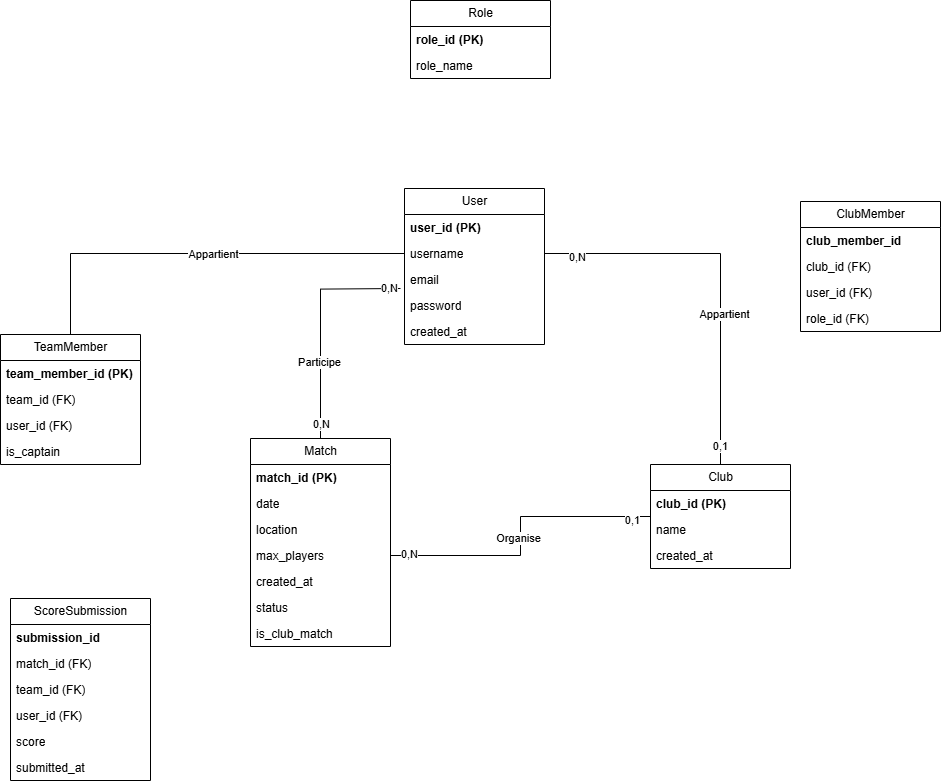
Mathistrg/Styx keeps this draw.io diagram as MCD.drawio.png. Above is the earlier version. Source tidied: cells renumbered, new cells last; positions are measured from the earlier drawing's top-left corner, leaving out a move shared by most shapes.
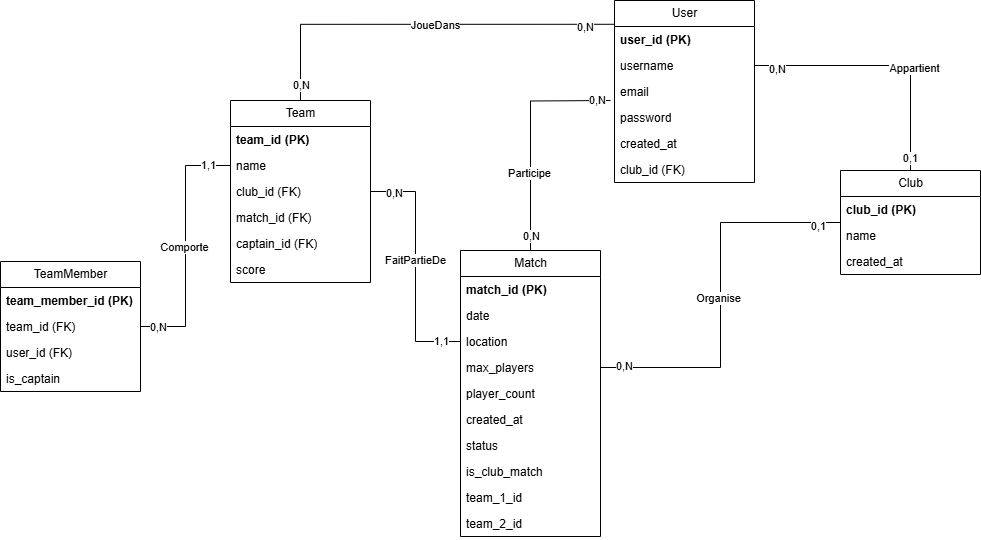
After the change.

What changed in the source:
```diff
@@ -3,7 +3,7 @@
     <mxCell id="0" />
     <mxCell id="1" parent="0" />
     <mxCell id="2" value="User" style="swimlane;fontStyle=0;horizontal=1;startSize=26;fillColor=none;html=1;" parent="1" vertex="1">
-      <mxGeometry x="404" y="188" width="140" height="156" as="geometry" />
+      <mxGeometry x="404" y="188" width="140" height="182" as="geometry" />
     </mxCell>
     <mxCell id="3" value="&lt;b&gt;user_id (PK)&lt;/b&gt;" style="text;strokeColor=none;fillColor=none;align=left;verticalAlign=top;spacingLeft=4;spacingRight=4;overflow=hidden;points=[[0,0.5],[1,0.5]];portConstraint=eastwest;whiteSpace=wrap;html=1;" parent="2" vertex="1">
       <mxGeometry y="26" width="140" height="26" as="geometry" />
@@ -20,8 +20,11 @@
     <mxCell id="7" value="created_at" style="text;strokeColor=none;fillColor=none;align=left;verticalAlign=top;spacingLeft=4;spacingRight=4;overflow=hidden;whiteSpace=wrap;html=1;" parent="2" vertex="1">
       <mxGeometry y="130" width="140" height="26" as="geometry" />
     </mxCell>
+    <mxCell id="46" value="club_id (FK)" style="text;strokeColor=none;fillColor=none;align=left;verticalAlign=top;spacingLeft=4;spacingRight=4;overflow=hidden;whiteSpace=wrap;html=1;" parent="2" vertex="1">
+      <mxGeometry y="156" width="140" height="26" as="geometry" />
+    </mxCell>
     <mxCell id="8" value="Match" style="swimlane;fontStyle=0;horizontal=1;startSize=26;fillColor=none;html=1;" parent="1" vertex="1">
-      <mxGeometry x="250" y="438" width="140" height="208" as="geometry" />
+      <mxGeometry x="250" y="438" width="140" height="286" as="geometry" />
     </mxCell>
     <mxCell id="9" value="&lt;b&gt;match_id (PK)&lt;/b&gt;" style="text;strokeColor=none;fillColor=none;align=left;verticalAlign=top;spacingLeft=4;spacingRight=4;overflow=hidden;whiteSpace=wrap;html=1;" parent="8" vertex="1">
       <mxGeometry y="26" width="140" height="26" as="geometry" />
@@ -35,17 +38,26 @@
     <mxCell id="12" value="max_players" style="text;strokeColor=none;fillColor=none;align=left;verticalAlign=top;spacingLeft=4;spacingRight=4;overflow=hidden;points=[[0,0.5],[1,0.5]];portConstraint=eastwest;whiteSpace=wrap;html=1;" parent="8" vertex="1">
       <mxGeometry y="104" width="140" height="26" as="geometry" />
     </mxCell>
+    <mxCell id="54" value="player_count" style="text;strokeColor=none;fillColor=none;align=left;verticalAlign=top;spacingLeft=4;spacingRight=4;overflow=hidden;whiteSpace=wrap;html=1;" parent="8" vertex="1">
+      <mxGeometry y="130" width="140" height="26" as="geometry" />
+    </mxCell>
     <mxCell id="13" value="created_at" style="text;strokeColor=none;fillColor=none;align=left;verticalAlign=top;spacingLeft=4;spacingRight=4;overflow=hidden;whiteSpace=wrap;html=1;" parent="8" vertex="1">
-      <mxGeometry y="130" width="140" height="26" as="geometry" />
+      <mxGeometry y="156" width="140" height="26" as="geometry" />
     </mxCell>
     <mxCell id="14" value="status" style="text;strokeColor=none;fillColor=none;align=left;verticalAlign=top;spacingLeft=4;spacingRight=4;overflow=hidden;whiteSpace=wrap;html=1;" parent="8" vertex="1">
-      <mxGeometry y="156" width="140" height="26" as="geometry" />
+      <mxGeometry y="182" width="140" height="26" as="geometry" />
     </mxCell>
     <mxCell id="15" value="is_club_match" style="text;strokeColor=none;fillColor=none;align=left;verticalAlign=top;spacingLeft=4;spacingRight=4;overflow=hidden;whiteSpace=wrap;html=1;" parent="8" vertex="1">
-      <mxGeometry y="182" width="140" height="26" as="geometry" />
+      <mxGeometry y="208" width="140" height="26" as="geometry" />
     </mxCell>
+    <mxCell id="55" value="team_1_id" style="text;strokeColor=none;fillColor=none;align=left;verticalAlign=top;spacingLeft=4;spacingRight=4;overflow=hidden;whiteSpace=wrap;html=1;" parent="8" vertex="1">
+      <mxGeometry y="234" width="140" height="26" as="geometry" />
+    </mxCell>
+    <mxCell id="56" value="team_2_id" style="text;strokeColor=none;fillColor=none;align=left;verticalAlign=top;spacingLeft=4;spacingRight=4;overflow=hidden;whiteSpace=wrap;html=1;" parent="8" vertex="1">
+      <mxGeometry y="260" width="140" height="26" as="geometry" />
+    </mxCell>
     <mxCell id="16" value="Club" style="swimlane;fontStyle=0;horizontal=1;startSize=26;fillColor=none;html=1;" parent="1" vertex="1">
-      <mxGeometry x="650" y="464" width="140" height="104" as="geometry" />
+      <mxGeometry x="630" y="358" width="140" height="104" as="geometry" />
     </mxCell>
     <mxCell id="17" value="&lt;b&gt;club_id (PK)&lt;/b&gt;" style="text;strokeColor=none;fillColor=none;align=left;verticalAlign=top;spacingLeft=4;spacingRight=4;overflow=hidden;whiteSpace=wrap;html=1;" parent="16" vertex="1">
       <mxGeometry y="26" width="140" height="26" as="geometry" />
@@ -94,71 +106,77 @@
     <mxCell id="31" value="0,1" style="edgeLabel;html=1;align=center;verticalAlign=middle;" parent="28" vertex="1">
       <mxGeometry x="0.9" y="-1" relative="1" as="geometry" />
     </mxCell>
-    <mxCell id="32" value="TeamMember" style="swimlane;fontStyle=0;horizontal=1;startSize=26;fillColor=none;html=1;" parent="1" vertex="1">
-      <mxGeometry y="334" width="140" height="130" as="geometry" />
+    <mxCell id="32" value="Team" style="swimlane;fontStyle=0;horizontal=1;startSize=26;fillColor=none;html=1;" parent="1" vertex="1">
+      <mxGeometry x="20" y="288" width="140" height="182" as="geometry" />
     </mxCell>
-    <mxCell id="33" value="&lt;b&gt;team_member_id (PK)&lt;/b&gt;" style="text;strokeColor=none;fillColor=none;align=left;verticalAlign=top;spacingLeft=4;spacingRight=4;overflow=hidden;whiteSpace=wrap;html=1;" parent="32" vertex="1">
+    <mxCell id="33" value="&lt;b&gt;team_id (PK)&lt;/b&gt;" style="text;strokeColor=none;fillColor=none;align=left;verticalAlign=top;spacingLeft=4;spacingRight=4;overflow=hidden;whiteSpace=wrap;html=1;" parent="32" vertex="1">
       <mxGeometry y="26" width="140" height="26" as="geometry" />
     </mxCell>
-    <mxCell id="34" value="team_id (FK)" style="text;strokeColor=none;fillColor=none;align=left;verticalAlign=top;spacingLeft=4;spacingRight=4;overflow=hidden;points=[[0,0.5],[1,0.5]];portConstraint=eastwest;whiteSpace=wrap;html=1;" parent="32" vertex="1">
-      <mxGeometry y="52" width="140" height="26" as="geometry" />
-    </mxCell>
-    <mxCell id="35" value="user_id (FK)" style="text;strokeColor=none;fillColor=none;align=left;verticalAlign=top;spacingLeft=4;spacingRight=4;overflow=hidden;points=[[0,0.5],[1,0.5]];portConstraint=eastwest;whiteSpace=wrap;html=1;" parent="32" vertex="1">
-      <mxGeometry y="78" width="140" height="26" as="geometry" />
+    <mxCell id="35" value="name" style="text;strokeColor=none;fillColor=none;align=left;verticalAlign=top;spacingLeft=4;spacingRight=4;overflow=hidden;points=[[0,0.5],[1,0.5]];portConstraint=eastwest;whiteSpace=wrap;html=1;" parent="32" vertex="1">
+      <mxGeometry y="52" width="140" height="26" as="geometry" />
     </mxCell>
-    <mxCell id="36" value="is_captain" style="text;strokeColor=none;fillColor=none;align=left;verticalAlign=top;spacingLeft=4;spacingRight=4;overflow=hidden;points=[[0,0.5],[1,0.5]];portConstraint=eastwest;whiteSpace=wrap;html=1;" parent="32" vertex="1">
-      <mxGeometry y="104" width="140" height="26" as="geometry" />
+    <mxCell id="36" value="club_id (FK)" style="text;strokeColor=none;fillColor=none;align=left;verticalAlign=top;spacingLeft=4;spacingRight=4;overflow=hidden;points=[[0,0.5],[1,0.5]];portConstraint=eastwest;whiteSpace=wrap;html=1;" parent="32" vertex="1">
+      <mxGeometry y="78" width="140" height="26" as="geometry" />
     </mxCell>
-    <mxCell id="37" value="ScoreSubmission" style="swimlane;fontStyle=0;horizontal=1;startSize=26;fillColor=none;html=1;" parent="1" vertex="1">
-      <mxGeometry x="10" y="598" width="140" height="182" as="geometry" />
-    </mxCell>
-    <mxCell id="38" value="&lt;b&gt;submission_id&lt;/b&gt;" style="text;strokeColor=none;fillColor=none;align=left;verticalAlign=top;spacingLeft=4;spacingRight=4;overflow=hidden;whiteSpace=wrap;html=1;" parent="37" vertex="1">
-      <mxGeometry y="26" width="140" height="26" as="geometry" />
-    </mxCell>
-    <mxCell id="39" value="match_id (FK)" style="text;strokeColor=none;fillColor=none;align=left;verticalAlign=top;spacingLeft=4;spacingRight=4;overflow=hidden;whiteSpace=wrap;html=1;" parent="37" vertex="1">
-      <mxGeometry y="52" width="140" height="26" as="geometry" />
+    <mxCell id="39" value="match_id (FK)" style="text;strokeColor=none;fillColor=none;align=left;verticalAlign=top;spacingLeft=4;spacingRight=4;overflow=hidden;whiteSpace=wrap;html=1;" parent="32" vertex="1">
+      <mxGeometry y="104" width="140" height="26" as="geometry" />
     </mxCell>
-    <mxCell id="40" value="team_id (FK)" style="text;strokeColor=none;fillColor=none;align=left;verticalAlign=top;spacingLeft=4;spacingRight=4;overflow=hidden;whiteSpace=wrap;html=1;" parent="37" vertex="1">
-      <mxGeometry y="78" width="140" height="26" as="geometry" />
-    </mxCell>
-    <mxCell id="41" value="user_id (FK)" style="text;strokeColor=none;fillColor=none;align=left;verticalAlign=top;spacingLeft=4;spacingRight=4;overflow=hidden;whiteSpace=wrap;html=1;" parent="37" vertex="1">
-      <mxGeometry y="104" width="140" height="26" as="geometry" />
-    </mxCell>
+    <mxCell id="57" value="captain_id (FK)" style="text;strokeColor=none;fillColor=none;align=left;verticalAlign=top;spacingLeft=4;spacingRight=4;overflow=hidden;whiteSpace=wrap;html=1;" parent="32" vertex="1">
+      <mxGeometry y="130" width="140" height="26" as="geometry" />
+    </mxCell>
-    <mxCell id="42" value="score" style="text;strokeColor=none;fillColor=none;align=left;verticalAlign=top;spacingLeft=4;spacingRight=4;overflow=hidden;whiteSpace=wrap;html=1;" parent="37" vertex="1">
-      <mxGeometry y="130" width="140" height="26" as="geometry" />
+    <mxCell id="42" value="score" style="text;strokeColor=none;fillColor=none;align=left;verticalAlign=top;spacingLeft=4;spacingRight=4;overflow=hidden;whiteSpace=wrap;html=1;" parent="32" vertex="1">
+      <mxGeometry y="156" width="140" height="26" as="geometry" />
     </mxCell>
-    <mxCell id="43" value="submitted_at" style="text;strokeColor=none;fillColor=none;align=left;verticalAlign=top;spacingLeft=4;spacingRight=4;overflow=hidden;whiteSpace=wrap;html=1;" parent="37" vertex="1">
-      <mxGeometry y="156" width="140" height="26" as="geometry" />
-    </mxCell>
-    <mxCell id="44" value="ClubMember" style="swimlane;fontStyle=0;horizontal=1;startSize=26;fillColor=none;html=1;" parent="1" vertex="1">
-      <mxGeometry x="800" y="201" width="140" height="130" as="geometry" />
-    </mxCell>
-    <mxCell id="45" value="&lt;b&gt;club_member_id&lt;/b&gt;" style="text;strokeColor=none;fillColor=none;align=left;verticalAlign=top;spacingLeft=4;spacingRight=4;overflow=hidden;whiteSpace=wrap;html=1;" parent="44" vertex="1">
-      <mxGeometry y="26" width="140" height="26" as="geometry" />
-    </mxCell>
-    <mxCell id="46" value="club_id (FK)" style="text;strokeColor=none;fillColor=none;align=left;verticalAlign=top;spacingLeft=4;spacingRight=4;overflow=hidden;whiteSpace=wrap;html=1;" parent="44" vertex="1">
-      <mxGeometry y="52" width="140" height="26" as="geometry" />
-    </mxCell>
-    <mxCell id="47" value="user_id (FK)" style="text;strokeColor=none;fillColor=none;align=left;verticalAlign=top;spacingLeft=4;spacingRight=4;overflow=hidden;whiteSpace=wrap;html=1;" parent="44" vertex="1">
-      <mxGeometry y="78" width="140" height="26" as="geometry" />
-    </mxCell>
-    <mxCell id="48" value="role_id (FK)" style="text;strokeColor=none;fillColor=none;align=left;verticalAlign=top;spacingLeft=4;spacingRight=4;overflow=hidden;whiteSpace=wrap;html=1;" parent="44" vertex="1">
-      <mxGeometry y="104" width="140" height="26" as="geometry" />
-    </mxCell>
-    <mxCell id="49" value="Role" style="swimlane;fontStyle=0;horizontal=1;startSize=26;fillColor=none;html=1;" parent="1" vertex="1">
-      <mxGeometry x="410" width="140" height="78" as="geometry" />
-    </mxCell>
-    <mxCell id="50" value="&lt;b&gt;role_id (PK)&lt;/b&gt;" style="text;strokeColor=none;fillColor=none;align=left;verticalAlign=top;spacingLeft=4;spacingRight=4;overflow=hidden;whiteSpace=wrap;html=1;" parent="49" vertex="1">
-      <mxGeometry y="26" width="140" height="26" as="geometry" />
-    </mxCell>
-    <mxCell id="51" value="role_name" style="text;strokeColor=none;fillColor=none;align=left;verticalAlign=top;spacingLeft=4;spacingRight=4;overflow=hidden;whiteSpace=wrap;html=1;" parent="49" vertex="1">
-      <mxGeometry y="52" width="140" height="26" as="geometry" />
-    </mxCell>
-    <mxCell id="52" style="edgeStyle=orthogonalEdgeStyle;rounded=0;jettySize=auto;html=1;entryX=0.5;entryY=0;entryDx=0;entryDy=0;endArrow=none;endFill=0;" parent="1" edge="1" source="4" target="32">
+    <mxCell id="52" style="edgeStyle=orthogonalEdgeStyle;rounded=0;jettySize=auto;html=1;entryX=0.5;entryY=0;entryDx=0;entryDy=0;endArrow=none;endFill=0;exitX=0.002;exitY=-0.085;exitDx=0;exitDy=0;exitPerimeter=0;" parent="1" edge="1" source="3" target="32">
       <mxGeometry relative="1" as="geometry" />
     </mxCell>
-    <mxCell id="53" value="Appartient" style="edgeLabel;html=1;align=center;verticalAlign=middle;" parent="52" vertex="1">
+    <mxCell id="53" value="JoueDans" style="edgeLabel;html=1;align=center;verticalAlign=middle;" parent="52" vertex="1">
       <mxGeometry x="-0.07" relative="1" as="geometry" />
     </mxCell>
+    <mxCell id="58" value="0,N" style="edgeLabel;html=1;align=center;verticalAlign=middle;" parent="52" vertex="1">
+      <mxGeometry x="0.92" relative="1" as="geometry" />
+    </mxCell>
+    <mxCell id="59" value="0,N" style="edgeLabel;html=1;align=center;verticalAlign=middle;" parent="52" vertex="1">
+      <mxGeometry x="-0.84" y="2" relative="1" as="geometry" />
+    </mxCell>
+    <mxCell id="60" value="TeamMember" style="swimlane;fontStyle=0;horizontal=1;startSize=26;fillColor=none;html=1;" parent="1" vertex="1">
+      <mxGeometry x="-210" y="449" width="140" height="130" as="geometry" />
+    </mxCell>
+    <mxCell id="61" value="&lt;b&gt;team_member_id (PK)&lt;/b&gt;" style="text;strokeColor=none;fillColor=none;align=left;verticalAlign=top;spacingLeft=4;spacingRight=4;overflow=hidden;whiteSpace=wrap;html=1;" parent="60" vertex="1">
+      <mxGeometry y="26" width="140" height="26" as="geometry" />
+    </mxCell>
+    <mxCell id="34" value="team_id (FK)" style="text;strokeColor=none;fillColor=none;align=left;verticalAlign=top;spacingLeft=4;spacingRight=4;overflow=hidden;points=[[0,0.5],[1,0.5]];portConstraint=eastwest;whiteSpace=wrap;html=1;" parent="60" vertex="1">
+      <mxGeometry y="52" width="140" height="26" as="geometry" />
+    </mxCell>
+    <mxCell id="47" value="user_id (FK)" style="text;strokeColor=none;fillColor=none;align=left;verticalAlign=top;spacingLeft=4;spacingRight=4;overflow=hidden;whiteSpace=wrap;html=1;" parent="60" vertex="1">
+      <mxGeometry y="78" width="140" height="26" as="geometry" />
+    </mxCell>
+    <mxCell id="62" value="is_captain" style="text;strokeColor=none;fillColor=none;align=left;verticalAlign=top;spacingLeft=4;spacingRight=4;overflow=hidden;whiteSpace=wrap;html=1;" parent="60" vertex="1">
+      <mxGeometry y="104" width="140" height="26" as="geometry" />
+    </mxCell>
+    <mxCell id="63" style="edgeStyle=orthogonalEdgeStyle;rounded=0;jettySize=auto;html=1;entryX=0;entryY=0.5;entryDx=0;entryDy=0;endArrow=none;endFill=0;" parent="1" edge="1" source="36" target="11">
+      <mxGeometry relative="1" as="geometry" />
+    </mxCell>
+    <mxCell id="64" value="FaitPartieDe" style="edgeLabel;html=1;align=center;verticalAlign=middle;" parent="63" vertex="1">
+      <mxGeometry x="-0.05" y="-1" relative="1" as="geometry" />
+    </mxCell>
+    <mxCell id="65" value="0,N" style="edgeLabel;html=1;align=center;verticalAlign=middle;" parent="63" vertex="1">
+      <mxGeometry x="-0.81" y="-1" relative="1" as="geometry" />
+    </mxCell>
+    <mxCell id="66" value="1,1" style="edgeLabel;html=1;align=center;verticalAlign=middle;" parent="63" vertex="1">
+      <mxGeometry x="0.84" y="1" relative="1" as="geometry" />
+    </mxCell>
+    <mxCell id="67" style="edgeStyle=orthogonalEdgeStyle;rounded=0;jettySize=auto;html=1;entryX=0;entryY=0.5;entryDx=0;entryDy=0;endArrow=none;endFill=0;" parent="1" edge="1" source="34" target="35">
+      <mxGeometry relative="1" as="geometry" />
+    </mxCell>
+    <mxCell id="68" value="Comporte" style="edgeLabel;html=1;align=center;verticalAlign=middle;" parent="67" vertex="1">
+      <mxGeometry x="-0.01" y="2" relative="1" as="geometry" />
+    </mxCell>
+    <mxCell id="69" value="0,N" style="edgeLabel;html=1;align=center;verticalAlign=middle;" parent="67" vertex="1">
+      <mxGeometry x="-0.86" relative="1" as="geometry" />
+    </mxCell>
+    <mxCell id="70" value="1,1" style="edgeLabel;html=1;align=center;verticalAlign=middle;" parent="67" vertex="1">
+      <mxGeometry x="0.82" y="1" relative="1" as="geometry" />
+    </mxCell>
   </root>
 </mxGraphModel>
```
